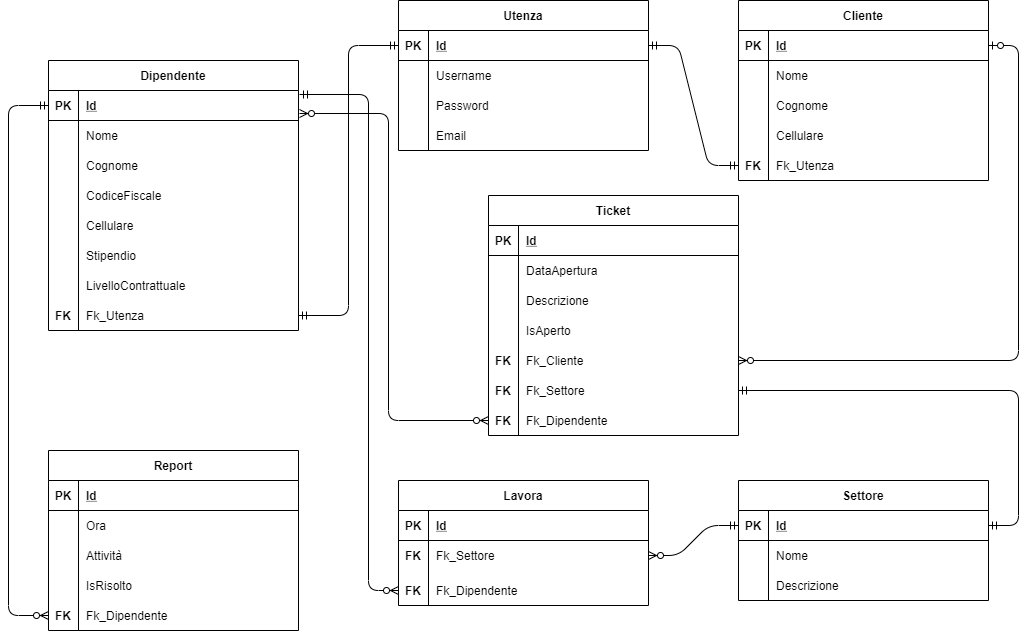
This is gpoi/infoservice_crowsfoot.png from InfoServiceEASY/SitoInfoService, a draw.io export, as it was before one commit. Source tidied: cells renumbered, new cells last; positions are measured from the earlier drawing's top-left corner, leaving out a move shared by most shapes.
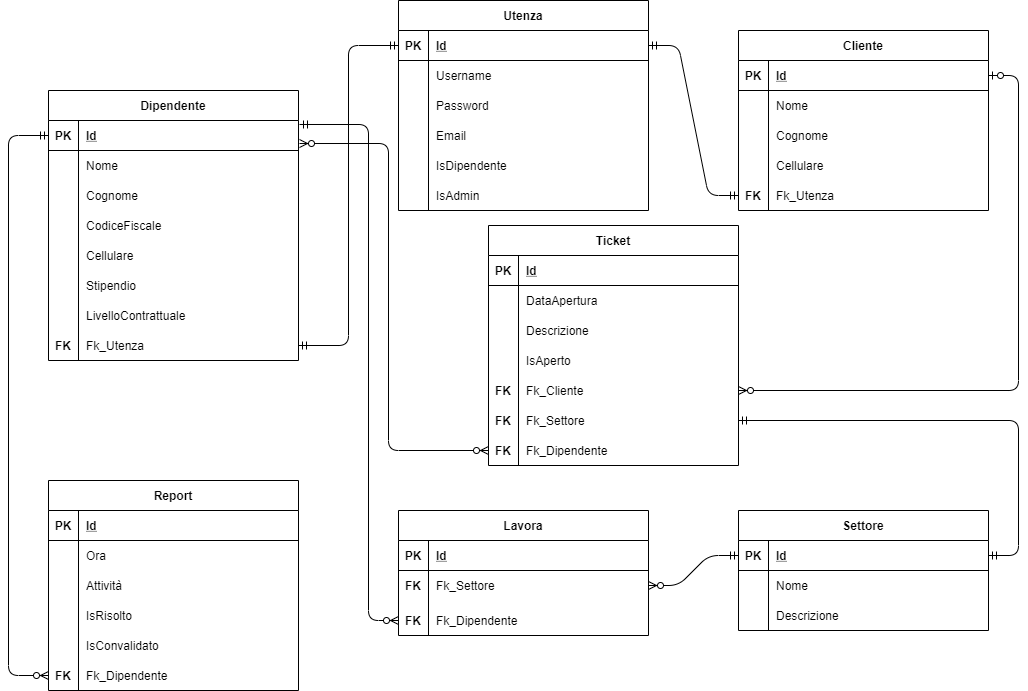
Above is the later version.

The edit, as a diff of the source:
```diff
@@ -138,7 +138,7 @@
       <mxGeometry x="30" width="220" height="30" as="geometry" />
     </mxCell>
     <mxCell id="47" value="Utenza" style="shape=table;startSize=30;rowLines=0;fontStyle=1;align=center;" parent="1" vertex="1">
-      <mxGeometry x="390" width="250" height="150" as="geometry" />
+      <mxGeometry x="390" y="-30" width="250" height="210" as="geometry" />
     </mxCell>
     <mxCell id="48" style="shape=partialRectangle;fillColor=none;points=[[0,0.5],[1,0.5]];portConstraint=eastwest;top=0;left=0;right=0;bottom=1;" parent="47" vertex="1">
       <mxGeometry y="30" width="250" height="30" as="geometry" />
@@ -159,7 +159,7 @@
       <mxGeometry x="30" width="220" height="30" as="geometry" />
     </mxCell>
     <mxCell id="54" style="shape=partialRectangle;fillColor=none;top=0;left=0;right=0;bottom=0;" parent="1" vertex="1">
-      <mxGeometry x="390" y="90" width="250" height="30" as="geometry" />
+      <mxGeometry x="390" y="60" width="250" height="30" as="geometry" />
     </mxCell>
     <mxCell id="55" style="shape=partialRectangle;overflow=hidden;fillColor=none;top=0;left=0;bottom=0;right=0;" parent="54" vertex="1">
       <mxGeometry width="30" height="30" as="geometry" />
@@ -168,7 +168,7 @@
       <mxGeometry x="30" width="220" height="30" as="geometry" />
     </mxCell>
     <mxCell id="57" style="shape=partialRectangle;fillColor=none;top=0;left=0;right=0;bottom=0;" parent="1" vertex="1">
-      <mxGeometry x="390" y="120" width="250" height="30" as="geometry" />
+      <mxGeometry x="390" y="90" width="250" height="30" as="geometry" />
     </mxCell>
     <mxCell id="58" style="shape=partialRectangle;overflow=hidden;fillColor=none;top=0;left=0;bottom=0;right=0;" parent="57" vertex="1">
       <mxGeometry width="30" height="30" as="geometry" />
@@ -234,7 +234,7 @@
       <mxGeometry x="30" width="220" height="30" as="geometry" />
     </mxCell>
     <mxCell id="79" value="Report" style="shape=table;startSize=30;rowLines=0;fontStyle=1;align=center;" parent="1" vertex="1">
-      <mxGeometry x="40" y="450" width="250" height="180" as="geometry" />
+      <mxGeometry x="40" y="450" width="250" height="210" as="geometry" />
     </mxCell>
     <mxCell id="80" style="shape=partialRectangle;fillColor=none;top=0;left=0;right=0;bottom=1;" parent="79" vertex="1">
       <mxGeometry y="30" width="250" height="30" as="geometry" />
@@ -273,7 +273,7 @@
       <mxGeometry x="30" width="220" height="30" as="geometry" />
     </mxCell>
     <mxCell id="92" style="shape=partialRectangle;fillColor=none;points=[[0,0.5],[1,0.5]];portConstraint=eastwest;top=0;left=0;right=0;bottom=0;" parent="1" vertex="1">
-      <mxGeometry x="40" y="600" width="250" height="30" as="geometry" />
+      <mxGeometry x="40" y="630" width="250" height="30" as="geometry" />
     </mxCell>
     <mxCell id="93" value="FK" style="shape=partialRectangle;overflow=hidden;fillColor=none;top=0;left=0;bottom=0;right=0;fontStyle=1;" parent="92" vertex="1">
       <mxGeometry width="30" height="30" as="geometry" />
@@ -334,7 +334,7 @@
       <mxGeometry relative="1" as="geometry">
         <Array as="points">
           <mxPoint y="105" />
-          <mxPoint y="615" />
+          <mxPoint y="645" />
         </Array>
       </mxGeometry>
     </mxCell>
@@ -387,5 +387,32 @@
         </Array>
       </mxGeometry>
     </mxCell>
+    <mxCell id="122" style="shape=partialRectangle;fillColor=none;top=0;left=0;right=0;bottom=0;" parent="1" vertex="1">
+      <mxGeometry x="390" y="120" width="250" height="30" as="geometry" />
+    </mxCell>
+    <mxCell id="123" style="shape=partialRectangle;overflow=hidden;fillColor=none;top=0;left=0;bottom=0;right=0;" parent="122" vertex="1">
+      <mxGeometry width="30" height="30" as="geometry" />
+    </mxCell>
+    <mxCell id="124" value="IsDipendente" style="shape=partialRectangle;overflow=hidden;fillColor=none;top=0;left=0;bottom=0;right=0;align=left;spacingLeft=6;" parent="122" vertex="1">
+      <mxGeometry x="30" width="220" height="30" as="geometry" />
+    </mxCell>
+    <mxCell id="125" style="shape=partialRectangle;fillColor=none;top=0;left=0;right=0;bottom=0;" parent="1" vertex="1">
+      <mxGeometry x="390" y="150" width="250" height="30" as="geometry" />
+    </mxCell>
+    <mxCell id="126" style="shape=partialRectangle;overflow=hidden;fillColor=none;top=0;left=0;bottom=0;right=0;" parent="125" vertex="1">
+      <mxGeometry width="30" height="30" as="geometry" />
+    </mxCell>
+    <mxCell id="127" value="IsAdmin" style="shape=partialRectangle;overflow=hidden;fillColor=none;top=0;left=0;bottom=0;right=0;align=left;spacingLeft=6;" parent="125" vertex="1">
+      <mxGeometry x="30" width="220" height="30" as="geometry" />
+    </mxCell>
+    <mxCell id="128" style="shape=partialRectangle;fillColor=none;top=0;left=0;right=0;bottom=0;" parent="1" vertex="1">
+      <mxGeometry x="40" y="600" width="250" height="30" as="geometry" />
+    </mxCell>
+    <mxCell id="129" style="shape=partialRectangle;overflow=hidden;fillColor=none;top=0;left=0;bottom=0;right=0;fontStyle=1;" parent="128" vertex="1">
+      <mxGeometry width="30" height="30" as="geometry" />
+    </mxCell>
+    <mxCell id="130" value="IsConvalidato" style="shape=partialRectangle;overflow=hidden;fillColor=none;top=0;left=0;bottom=0;right=0;align=left;spacingLeft=6;" parent="128" vertex="1">
+      <mxGeometry x="30" width="220" height="30" as="geometry" />
+    </mxCell>
   </root>
 </mxGraphModel>
```
